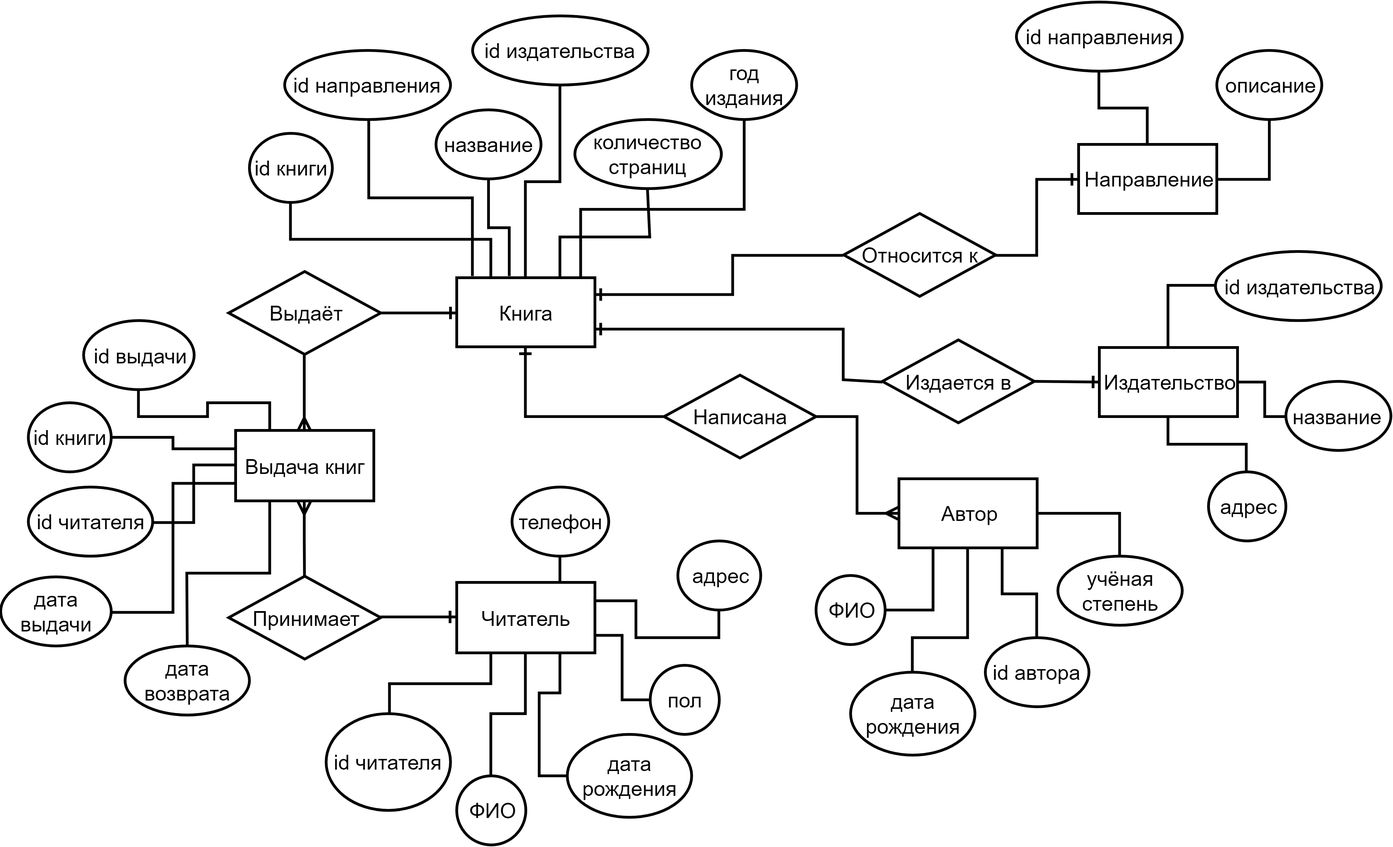
Above: 3 курс/5 семестр/КП/Схемы/ER.png in IlyaDzh/SevSU (draw.io), before the change. Source tidied: cells renumbered, new cells last; positions are measured from the earlier drawing's top-left corner, leaving out a move shared by most shapes.
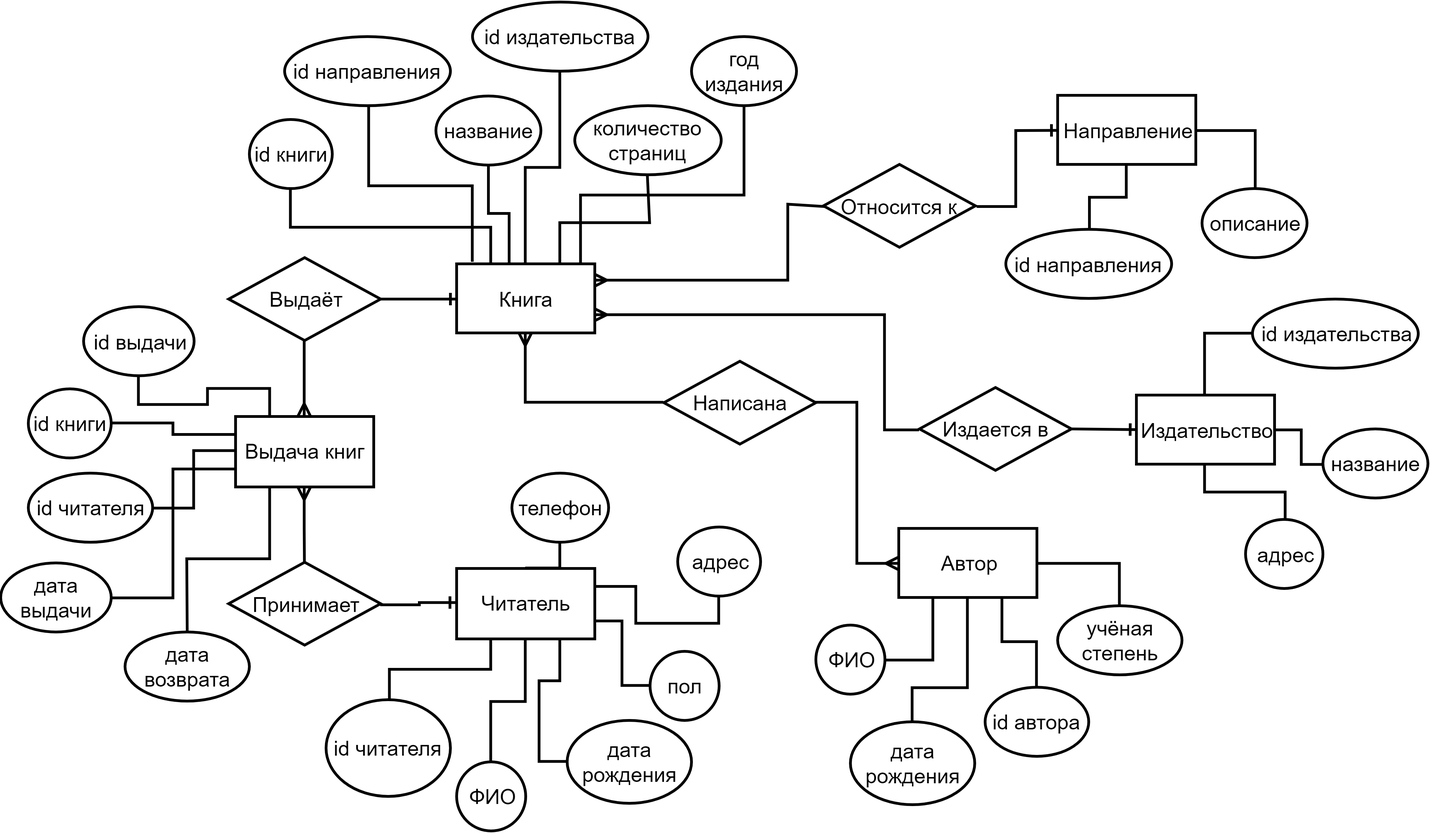
After the change.

The edit, as a diff of the source:
```diff
@@ -2,23 +2,23 @@
   <root>
     <mxCell id="0" />
     <mxCell id="1" parent="0" />
-    <mxCell id="2" style="edgeStyle=orthogonalEdgeStyle;rounded=0;jettySize=auto;html=1;exitX=1;exitY=0.75;exitDx=0;exitDy=0;entryX=0;entryY=0.5;entryDx=0;entryDy=0;startArrow=ERone;startFill=0;endArrow=none;endFill=0;strokeWidth=2;fontSize=15;" parent="1" edge="1" source="7" target="28">
+    <mxCell id="2" style="edgeStyle=orthogonalEdgeStyle;rounded=0;jettySize=auto;html=1;exitX=1;exitY=0.75;exitDx=0;exitDy=0;entryX=0;entryY=0.5;entryDx=0;entryDy=0;startArrow=ERmany;startFill=0;endArrow=none;endFill=0;strokeWidth=2;fontSize=15;" parent="1" edge="1" source="7" target="28">
       <mxGeometry relative="1" as="geometry">
         <Array as="points">
-          <mxPoint x="610" y="237" />
-          <mxPoint x="610" y="274" />
+          <mxPoint x="640" y="237" />
+          <mxPoint x="640" y="319" />
         </Array>
       </mxGeometry>
     </mxCell>
-    <mxCell id="3" style="edgeStyle=orthogonalEdgeStyle;rounded=0;jettySize=auto;html=1;exitX=1;exitY=0.25;exitDx=0;exitDy=0;entryX=0;entryY=0.5;entryDx=0;entryDy=0;startArrow=ERone;startFill=0;endArrow=none;endFill=0;strokeWidth=2;fontSize=15;" parent="1" edge="1" source="7" target="27">
+    <mxCell id="3" style="edgeStyle=orthogonalEdgeStyle;rounded=0;jettySize=auto;html=1;exitX=1;exitY=0.25;exitDx=0;exitDy=0;entryX=0;entryY=0.5;entryDx=0;entryDy=0;startArrow=ERmany;startFill=0;endArrow=none;endFill=0;strokeWidth=2;fontSize=15;" parent="1" edge="1" source="7" target="27">
       <mxGeometry relative="1" as="geometry">
         <Array as="points">
-          <mxPoint x="530" y="212" />
-          <mxPoint x="530" y="183" />
+          <mxPoint x="570" y="212" />
+          <mxPoint x="570" y="157" />
         </Array>
       </mxGeometry>
     </mxCell>
-    <mxCell id="4" style="edgeStyle=orthogonalEdgeStyle;rounded=0;jettySize=auto;html=1;exitX=0.5;exitY=1;exitDx=0;exitDy=0;entryX=0;entryY=0.5;entryDx=0;entryDy=0;startArrow=ERone;startFill=0;endArrow=none;endFill=0;strokeWidth=2;fontSize=15;" parent="1" edge="1" source="7" target="30">
+    <mxCell id="4" style="edgeStyle=orthogonalEdgeStyle;rounded=0;jettySize=auto;html=1;exitX=0.5;exitY=1;exitDx=0;exitDy=0;entryX=0;entryY=0.5;entryDx=0;entryDy=0;startArrow=ERmany;startFill=0;endArrow=none;endFill=0;strokeWidth=2;fontSize=15;" parent="1" edge="1" source="7" target="30">
       <mxGeometry relative="1" as="geometry" />
     </mxCell>
     <mxCell id="5" style="edgeStyle=orthogonalEdgeStyle;rounded=0;jettySize=auto;html=1;exitX=0.5;exitY=0;exitDx=0;exitDy=0;entryX=0.5;entryY=1;entryDx=0;entryDy=0;startArrow=none;startFill=0;endArrow=none;endFill=0;strokeWidth=2;fontSize=15;" parent="1" edge="1" source="7" target="61">
@@ -98,10 +98,10 @@
       <mxGeometry x="165" y="415.5" width="110" height="60" as="geometry" />
     </mxCell>
     <mxCell id="27" value="Относится к" style="shape=rhombus;perimeter=rhombusPerimeter;whiteSpace=wrap;html=1;align=center;strokeWidth=2;fontSize=15;" parent="1" vertex="1">
-      <mxGeometry x="610" y="153" width="110" height="60" as="geometry" />
+      <mxGeometry x="595.5" y="127.5" width="110" height="60" as="geometry" />
     </mxCell>
     <mxCell id="28" value="Издается в" style="shape=rhombus;perimeter=rhombusPerimeter;whiteSpace=wrap;html=1;align=center;strokeWidth=2;fontSize=15;" parent="1" vertex="1">
-      <mxGeometry x="638" y="244.5" width="110" height="60" as="geometry" />
+      <mxGeometry x="665" y="289" width="110" height="60" as="geometry" />
     </mxCell>
     <mxCell id="29" style="edgeStyle=orthogonalEdgeStyle;rounded=0;jettySize=auto;html=1;exitX=1;exitY=0.5;exitDx=0;exitDy=0;entryX=0;entryY=0.5;entryDx=0;entryDy=0;startArrow=none;startFill=0;endArrow=ERmany;endFill=0;strokeWidth=2;fontSize=15;" parent="1" edge="1" source="30" target="43">
       <mxGeometry relative="1" as="geometry" />
@@ -109,17 +109,13 @@
     <mxCell id="30" value="Написана" style="shape=rhombus;perimeter=rhombusPerimeter;whiteSpace=wrap;html=1;align=center;strokeWidth=2;fontSize=15;" parent="1" vertex="1">
       <mxGeometry x="480" y="270" width="110" height="60" as="geometry" />
     </mxCell>
-    <mxCell id="31" style="edgeStyle=orthogonalEdgeStyle;rounded=0;jettySize=auto;html=1;exitX=0;exitY=0.5;exitDx=0;exitDy=0;entryX=1;entryY=0.5;entryDx=0;entryDy=0;startArrow=ERone;startFill=0;endArrow=none;endFill=0;strokeWidth=2;fontSize=15;" parent="1" edge="1" source="34" target="27">
-      <mxGeometry relative="1" as="geometry" />
+    <mxCell id="31" style="edgeStyle=orthogonalEdgeStyle;rounded=0;jettySize=auto;html=1;exitX=0;exitY=0.5;exitDx=0;exitDy=0;entryX=1;entryY=0.5;entryDx=0;entryDy=0;startArrow=ERone;startFill=0;endArrow=none;endFill=0;strokeWidth=2;fontSize=15;" parent="1" edge="1" target="27">
+      <mxGeometry relative="1" as="geometry">
+        <mxPoint x="765" y="102.9" as="sourcePoint" />
+      </mxGeometry>
     </mxCell>
-    <mxCell id="32" style="edgeStyle=orthogonalEdgeStyle;rounded=0;jettySize=auto;html=1;exitX=0.5;exitY=0;exitDx=0;exitDy=0;entryX=0.5;entryY=1;entryDx=0;entryDy=0;startArrow=none;startFill=0;endArrow=none;endFill=0;strokeWidth=2;fontSize=15;" parent="1" edge="1" source="34" target="65">
-      <mxGeometry relative="1" as="geometry" />
-    </mxCell>
-    <mxCell id="33" style="edgeStyle=orthogonalEdgeStyle;rounded=0;jettySize=auto;html=1;exitX=1;exitY=0.5;exitDx=0;exitDy=0;entryX=0.5;entryY=1;entryDx=0;entryDy=0;startArrow=none;startFill=0;endArrow=none;endFill=0;strokeWidth=2;fontSize=15;" parent="1" edge="1" source="34" target="66">
-      <mxGeometry relative="1" as="geometry" />
-    </mxCell>
     <mxCell id="34" value="&lt;font style=&quot;font-size: 15px&quot;&gt;Направление&lt;/font&gt;" style="rounded=0;whiteSpace=wrap;html=1;strokeWidth=2;fontSize=15;" parent="1" vertex="1">
-      <mxGeometry x="780" y="103" width="100" height="50" as="geometry" />
+      <mxGeometry x="765" y="77.5" width="100" height="50" as="geometry" />
     </mxCell>
     <mxCell id="35" style="rounded=0;jettySize=auto;html=1;entryX=1;entryY=0.5;entryDx=0;entryDy=0;startArrow=ERone;startFill=0;endArrow=none;endFill=0;strokeWidth=2;fontSize=15;exitX=0;exitY=0.5;exitDx=0;exitDy=0;" parent="1" edge="1" source="38" target="28">
       <mxGeometry relative="1" as="geometry" />
@@ -131,7 +127,7 @@
       <mxGeometry relative="1" as="geometry" />
     </mxCell>
     <mxCell id="38" value="&lt;font style=&quot;font-size: 15px&quot;&gt;Издательство&lt;/font&gt;" style="rounded=0;whiteSpace=wrap;html=1;strokeWidth=2;fontSize=15;" parent="1" vertex="1">
-      <mxGeometry x="795" y="250" width="100" height="50" as="geometry" />
+      <mxGeometry x="822" y="294.5" width="100" height="50" as="geometry" />
     </mxCell>
     <mxCell id="39" style="edgeStyle=orthogonalEdgeStyle;rounded=0;jettySize=auto;html=1;exitX=0.25;exitY=1;exitDx=0;exitDy=0;entryX=1;entryY=0.5;entryDx=0;entryDy=0;startArrow=none;startFill=0;endArrow=none;endFill=0;strokeWidth=2;fontSize=15;" parent="1" edge="1" source="43" target="71">
       <mxGeometry relative="1" as="geometry" />
@@ -145,13 +141,13 @@
     <mxCell id="42" style="edgeStyle=orthogonalEdgeStyle;rounded=0;jettySize=auto;html=1;exitX=0.5;exitY=1;exitDx=0;exitDy=0;entryX=0.5;entryY=0;entryDx=0;entryDy=0;startArrow=none;startFill=0;endArrow=none;endFill=0;strokeWidth=2;fontSize=15;" parent="1" edge="1" source="43" target="74">
       <mxGeometry relative="1" as="geometry">
         <Array as="points">
-          <mxPoint x="700" y="460" />
-          <mxPoint x="660" y="460" />
+          <mxPoint x="700" y="506" />
+          <mxPoint x="660" y="506" />
         </Array>
       </mxGeometry>
     </mxCell>
     <mxCell id="43" value="&lt;font style=&quot;font-size: 15px&quot;&gt;Автор&lt;/font&gt;" style="rounded=0;whiteSpace=wrap;html=1;strokeWidth=2;fontSize=15;" parent="1" vertex="1">
-      <mxGeometry x="650" y="345" width="100" height="50" as="geometry" />
+      <mxGeometry x="650" y="391" width="100" height="50" as="geometry" />
     </mxCell>
     <mxCell id="44" value="id выдачи" style="ellipse;whiteSpace=wrap;html=1;strokeWidth=2;fontSize=15;" parent="1" vertex="1">
       <mxGeometry x="60" y="230.5" width="80" height="50" as="geometry" />
@@ -221,35 +217,41 @@
     <mxCell id="64" value="количество страниц" style="ellipse;whiteSpace=wrap;html=1;strokeWidth=2;fontSize=15;" parent="1" vertex="1">
       <mxGeometry x="415.5" y="85" width="106" height="50" as="geometry" />
     </mxCell>
+    <mxCell id="75" style="edgeStyle=orthogonalEdgeStyle;rounded=0;jettySize=auto;html=1;exitX=0.5;exitY=0;exitDx=0;exitDy=0;entryX=0.5;entryY=1;entryDx=0;entryDy=0;startArrow=none;startFill=0;endArrow=none;endFill=0;strokeWidth=2;" parent="1" edge="1" source="65" target="34">
+      <mxGeometry relative="1" as="geometry" />
+    </mxCell>
     <mxCell id="65" value="id направления" style="ellipse;whiteSpace=wrap;html=1;strokeWidth=2;fontSize=15;" parent="1" vertex="1">
-      <mxGeometry x="735" width="120" height="50" as="geometry" />
+      <mxGeometry x="727.5" y="174.5" width="120" height="50" as="geometry" />
     </mxCell>
+    <mxCell id="76" style="edgeStyle=orthogonalEdgeStyle;rounded=0;jettySize=auto;html=1;exitX=0.5;exitY=0;exitDx=0;exitDy=0;entryX=1;entryY=0.5;entryDx=0;entryDy=0;startArrow=none;startFill=0;endArrow=none;endFill=0;strokeWidth=2;" parent="1" edge="1" source="66" target="34">
+      <mxGeometry relative="1" as="geometry" />
+    </mxCell>
     <mxCell id="66" value="описание" style="ellipse;whiteSpace=wrap;html=1;strokeWidth=2;fontSize=15;" parent="1" vertex="1">
-      <mxGeometry x="880" y="35" width="76" height="50" as="geometry" />
+      <mxGeometry x="869.5" y="145" width="76" height="50" as="geometry" />
     </mxCell>
     <mxCell id="67" value="id издательства" style="ellipse;whiteSpace=wrap;html=1;strokeWidth=2;fontSize=15;" parent="1" vertex="1">
-      <mxGeometry x="879" y="180.5" width="120" height="50" as="geometry" />
+      <mxGeometry x="906" y="225" width="120" height="50" as="geometry" />
     </mxCell>
     <mxCell id="68" value="название" style="ellipse;whiteSpace=wrap;html=1;strokeWidth=2;fontSize=15;" parent="1" vertex="1">
-      <mxGeometry x="930" y="274.5" width="76" height="50" as="geometry" />
+      <mxGeometry x="957" y="319" width="76" height="50" as="geometry" />
     </mxCell>
     <mxCell id="69" style="edgeStyle=orthogonalEdgeStyle;rounded=0;jettySize=auto;html=1;exitX=0.5;exitY=0;exitDx=0;exitDy=0;entryX=0.5;entryY=1;entryDx=0;entryDy=0;startArrow=none;startFill=0;endArrow=none;endFill=0;strokeWidth=2;fontSize=15;" parent="1" edge="1" source="70" target="38">
       <mxGeometry relative="1" as="geometry" />
     </mxCell>
     <mxCell id="70" value="адрес" style="ellipse;whiteSpace=wrap;html=1;strokeWidth=2;fontSize=15;" parent="1" vertex="1">
-      <mxGeometry x="874" y="340" width="56" height="50" as="geometry" />
+      <mxGeometry x="901" y="384.5" width="56" height="50" as="geometry" />
     </mxCell>
     <mxCell id="71" value="ФИО" style="ellipse;whiteSpace=wrap;html=1;strokeWidth=2;fontSize=15;" parent="1" vertex="1">
-      <mxGeometry x="590" y="415" width="50" height="50" as="geometry" />
+      <mxGeometry x="590" y="461" width="50" height="50" as="geometry" />
     </mxCell>
     <mxCell id="72" value="id автора" style="ellipse;whiteSpace=wrap;html=1;strokeWidth=2;fontSize=15;" parent="1" vertex="1">
-      <mxGeometry x="712.5" y="460" width="75" height="50" as="geometry" />
+      <mxGeometry x="712.5" y="506" width="75" height="50" as="geometry" />
     </mxCell>
     <mxCell id="73" value="учёная степень" style="ellipse;whiteSpace=wrap;html=1;strokeWidth=2;fontSize=15;" parent="1" vertex="1">
-      <mxGeometry x="765" y="401" width="90" height="50" as="geometry" />
+      <mxGeometry x="765" y="447" width="90" height="50" as="geometry" />
     </mxCell>
     <mxCell id="74" value="дата рождения" style="ellipse;whiteSpace=wrap;html=1;strokeWidth=2;fontSize=15;" parent="1" vertex="1">
-      <mxGeometry x="615" y="485" width="90" height="60" as="geometry" />
+      <mxGeometry x="615" y="531" width="90" height="60" as="geometry" />
     </mxCell>
   </root>
 </mxGraphModel>
```
